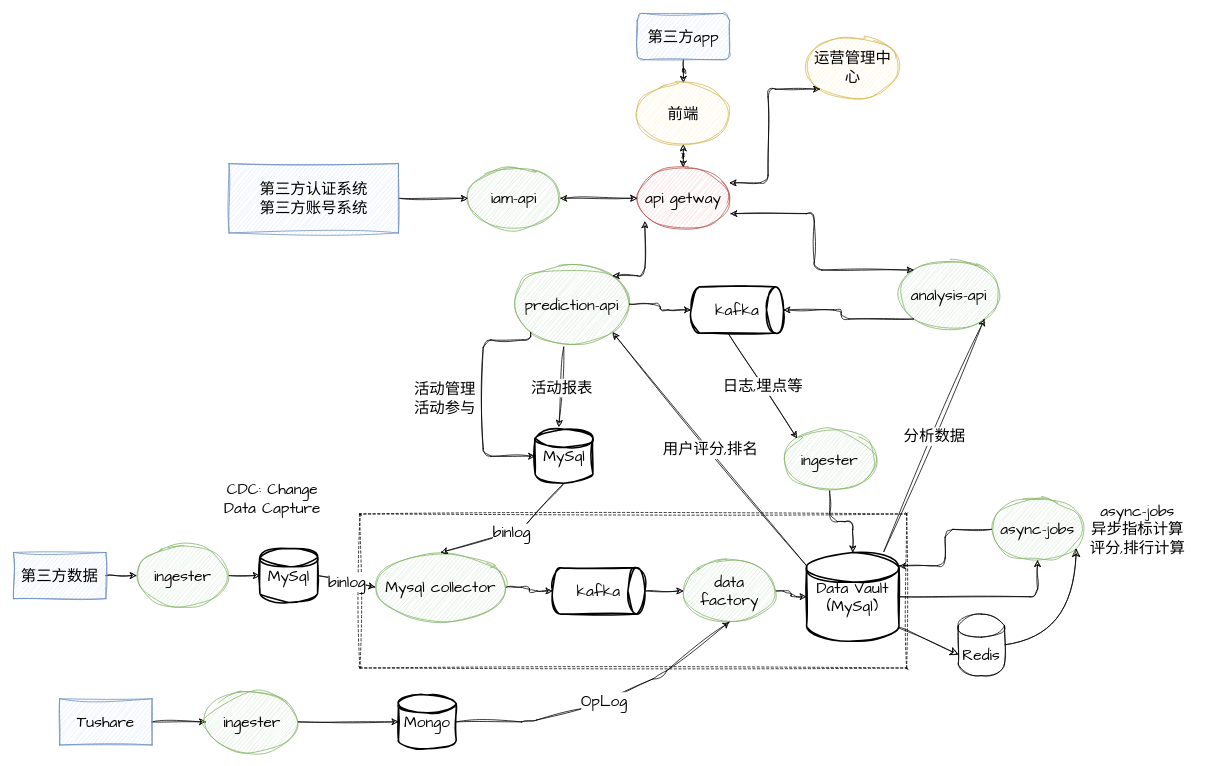
Earlier version of the draw.io diagram zy.drawio (sunpeiyu/testsunpy). Source tidied: cells renumbered, new cells numbered last; positions are measured from the earlier drawing's top-left corner, leaving out a move shared by most shapes. Both pictures are drawn from the tidied source at 77%, with x=0, y=0 at pixel (13, 13).
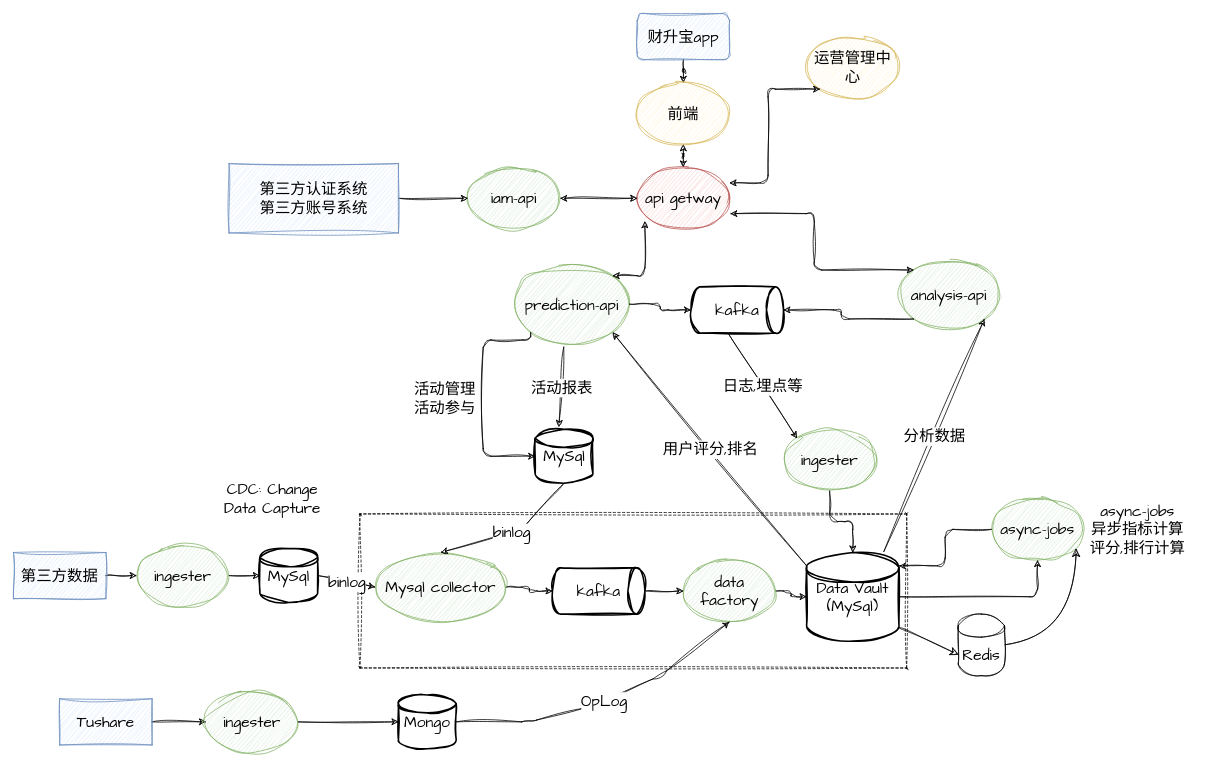
The same diagram, later.

Change to the diagram source:
```diff
@@
-    <mxCell id="3" value="第三方app" style="rounded=1;whiteSpace=wrap;html=1;sketch=1;hachureGap=4;jiggle=2;curveFitting=1;fontFamily=Architects Daughter;fontSize=20;fillColor=#dae8fc;strokeColor=#6c8ebf;" parent="1" vertex="1">
+    <mxCell id="3" value="财升宝app" style="rounded=1;whiteSpace=wrap;html=1;sketch=1;hachureGap=4;jiggle=2;curveFitting=1;fontFamily=Architects Daughter;fontSize=20;fillColor=#dae8fc;strokeColor=#6c8ebf;" parent="1" vertex="1">
       <mxGeometry x="810" width="120" height="60" as="geometry" />
     </mxCell>
```
